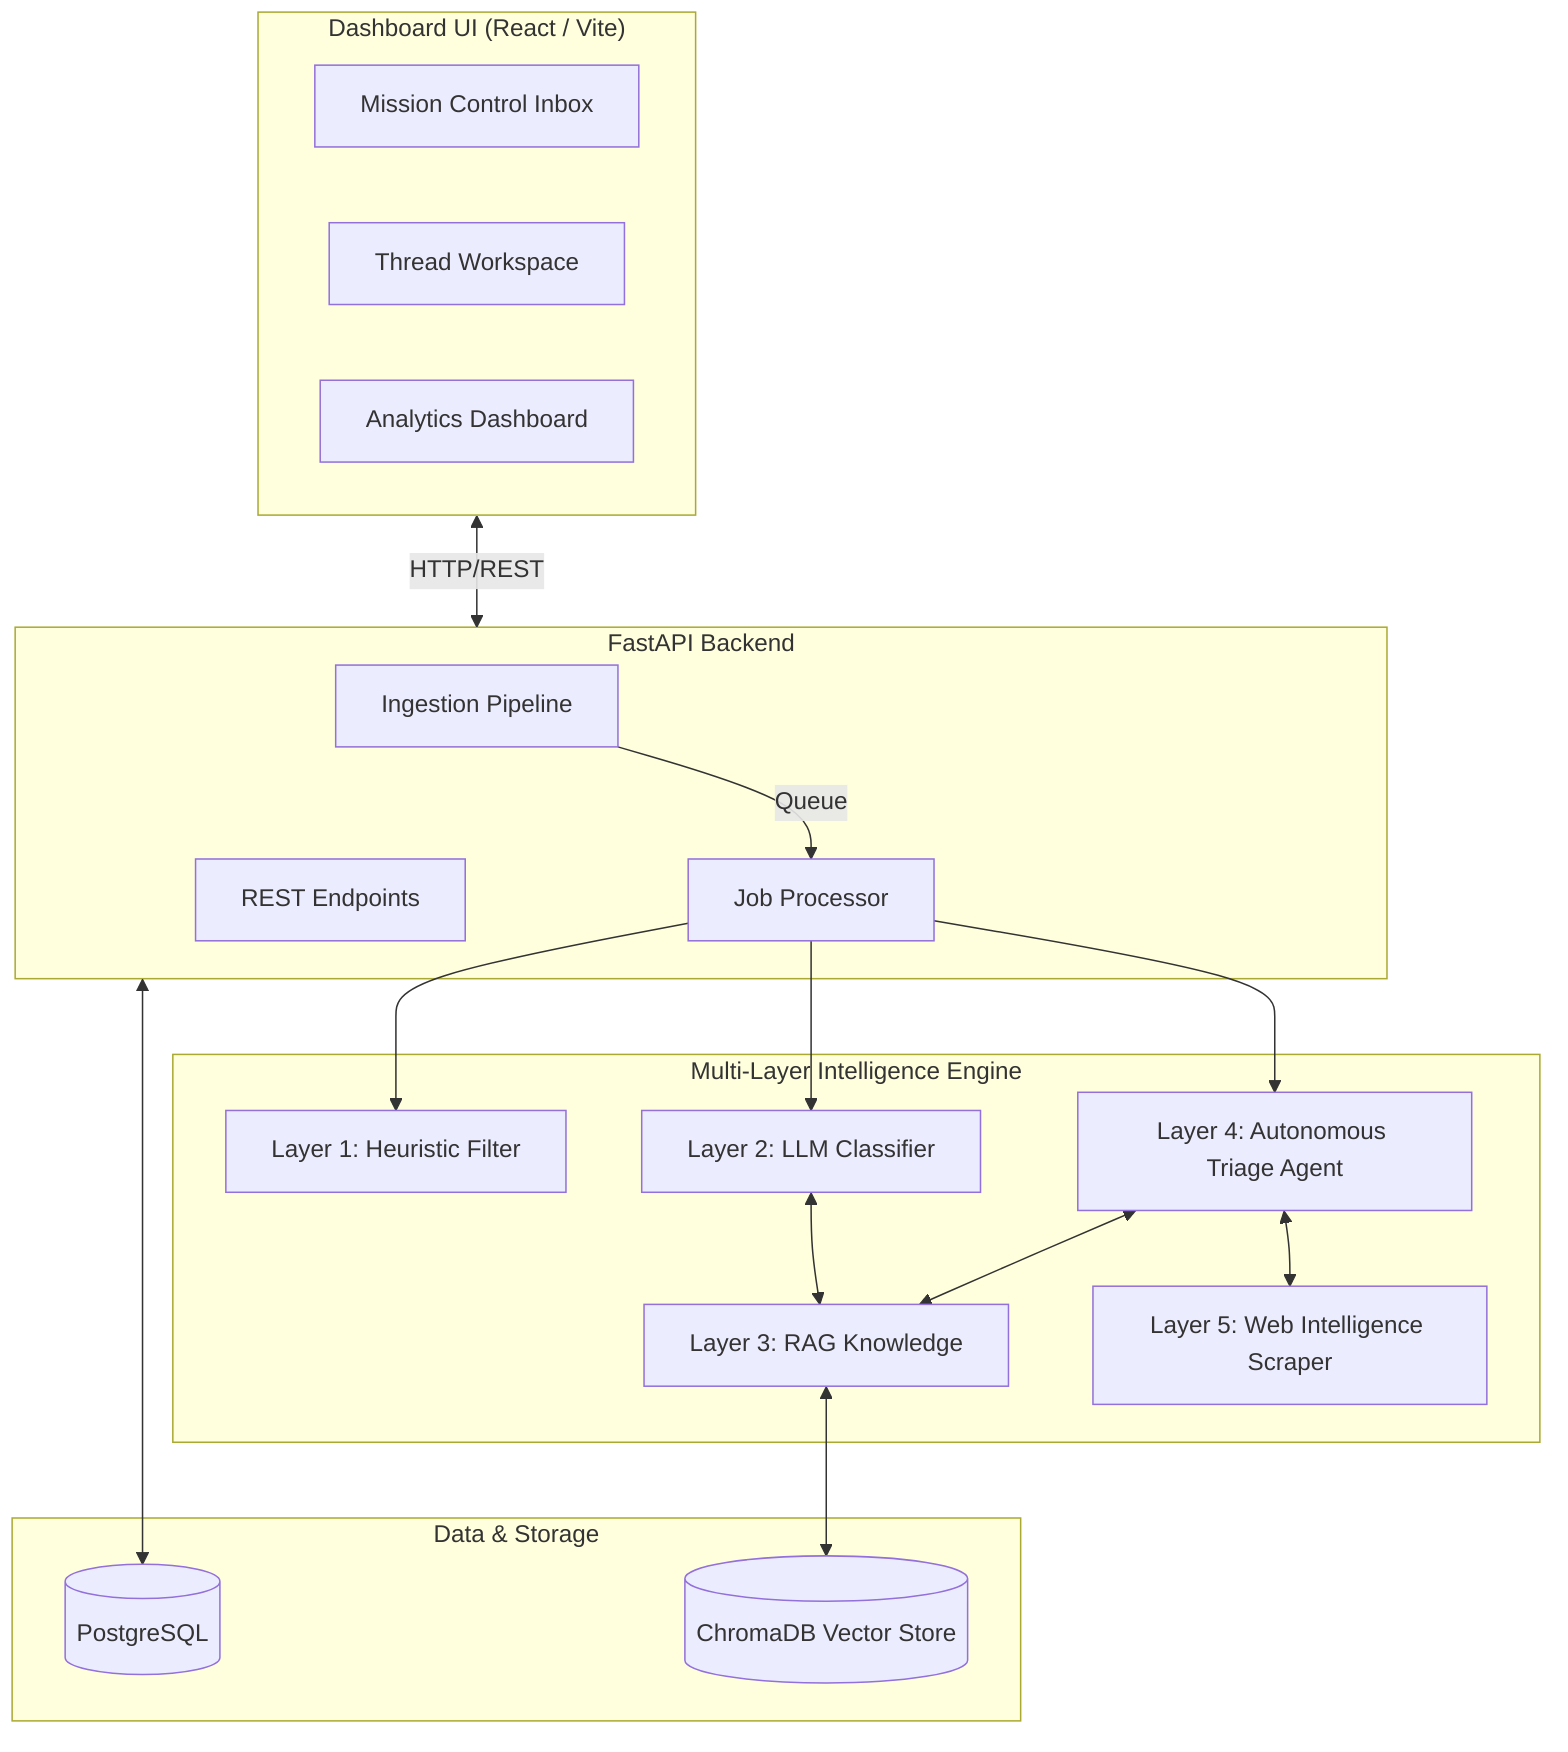
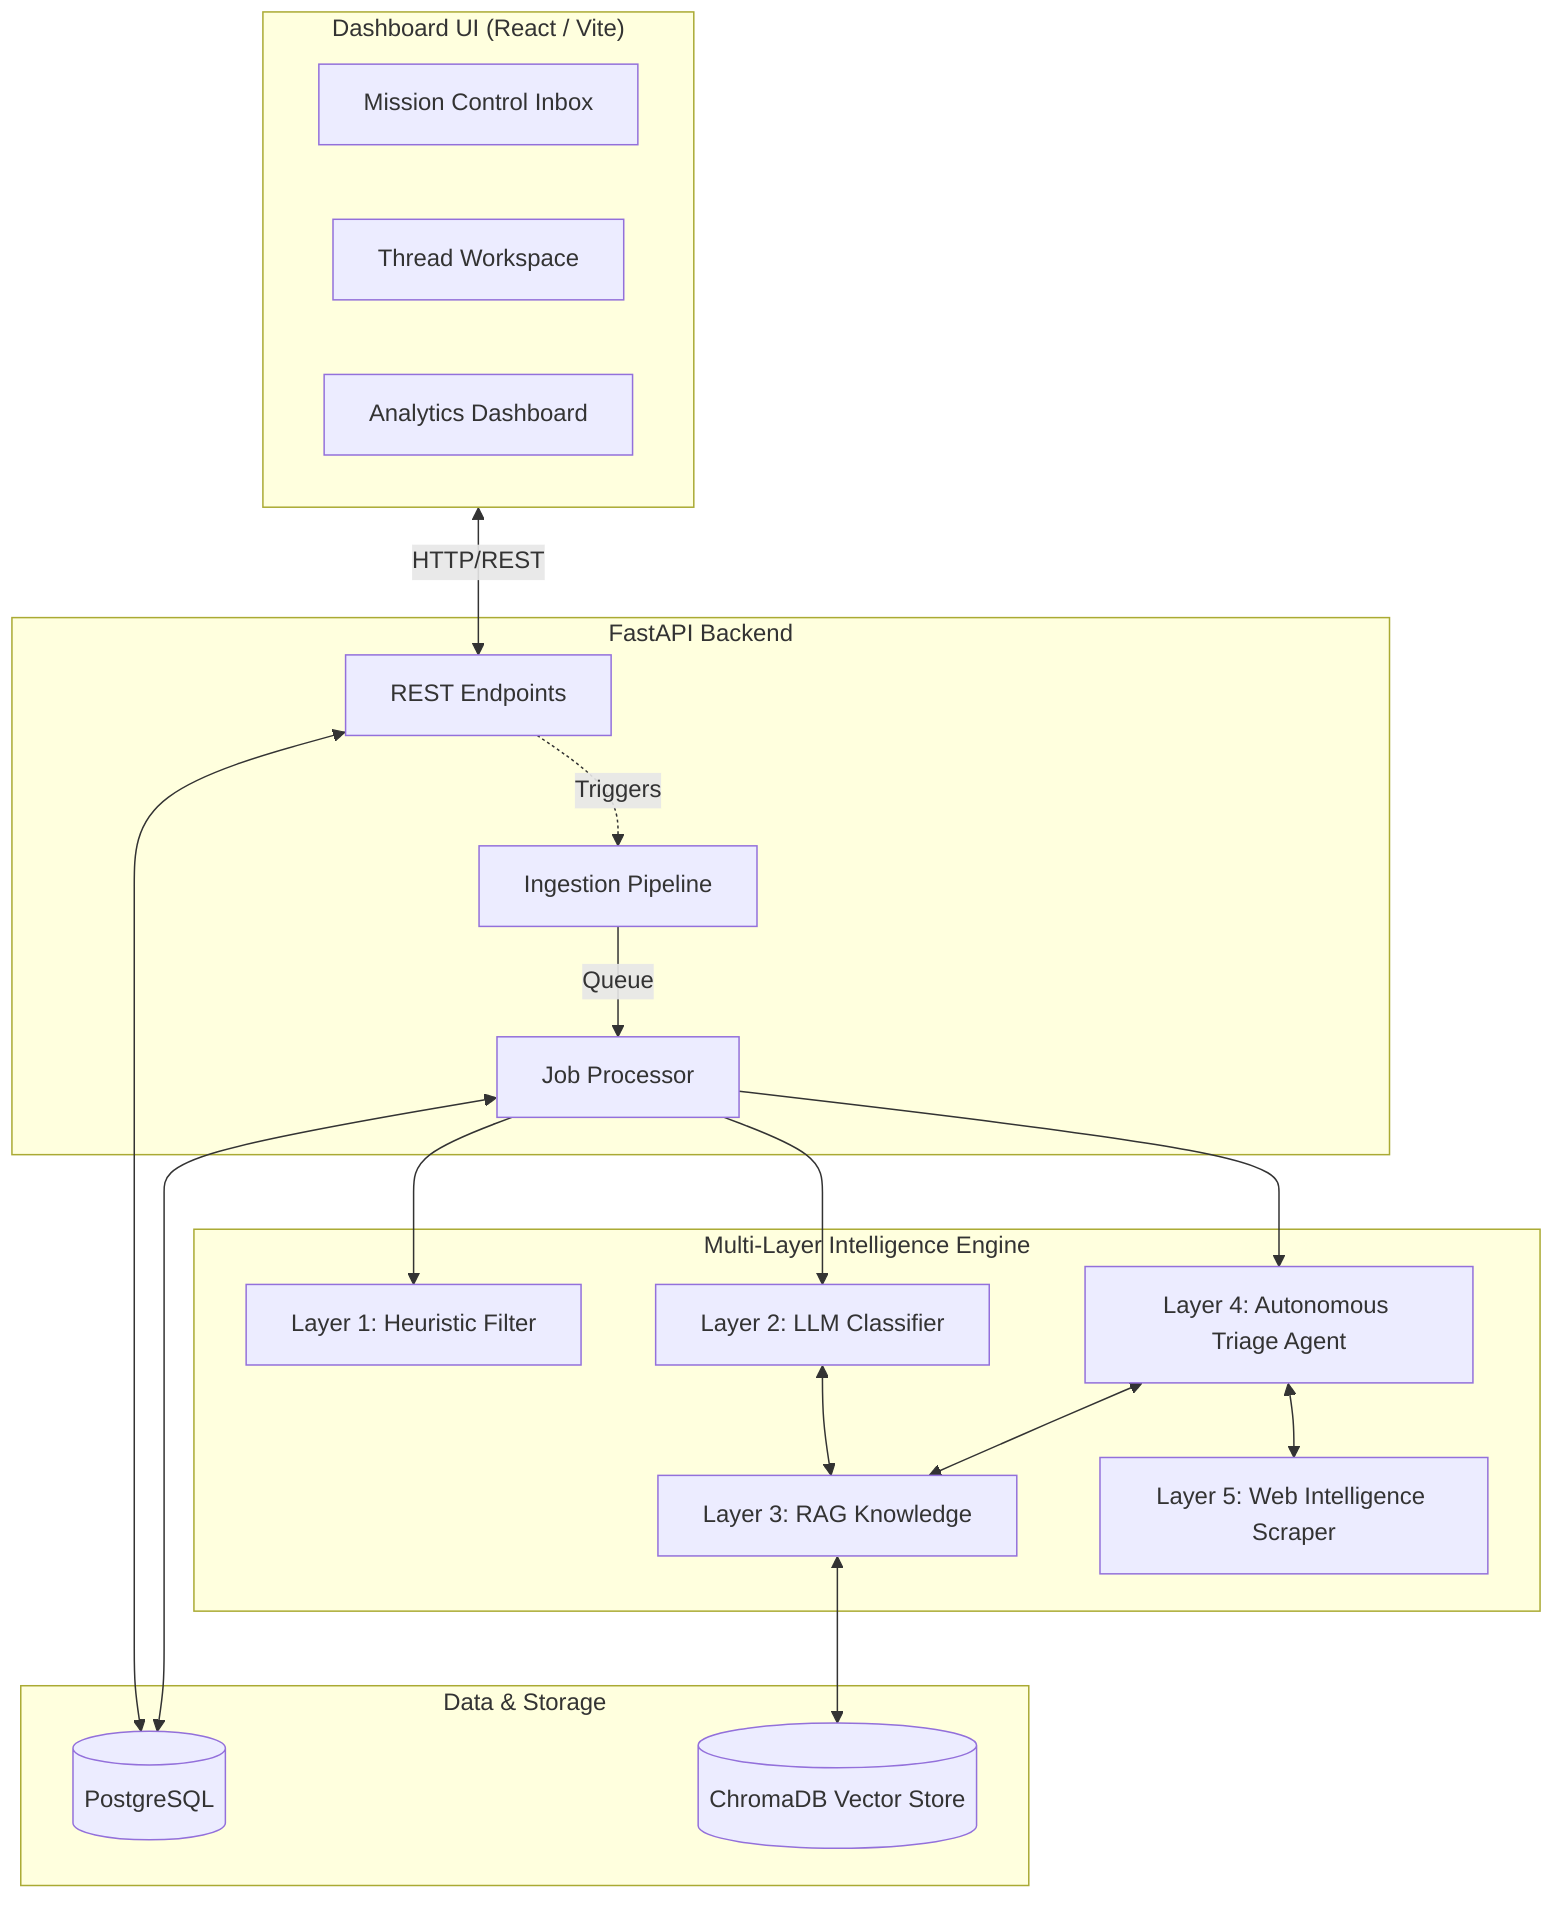
flowchart TD
    subgraph Frontend["Dashboard UI (React / Vite)"]
        Inbox[Mission Control Inbox]
        Thread[Thread Workspace]
        Analytics[Analytics Dashboard]
    end

    subgraph API["FastAPI Backend"]
        Ingest[Ingestion Pipeline]
        JobProc[Job Processor]
        Endpoints[REST Endpoints]
    end

    subgraph Intelligence["Multi-Layer Intelligence Engine"]
        Heuristics[Layer 1: Heuristic Filter]
        LLMClass[Layer 2: LLM Classifier]
        RAG[Layer 3: RAG Knowledge]
        Agent[Layer 4: Autonomous Triage Agent]
        WebIntel[Layer 5: Web Intelligence Scraper]
    end

    subgraph Data["Data & Storage"]
        Postgres[(PostgreSQL)]
        ChromaDB[(ChromaDB Vector Store)]
    end

    %% Flow
-     Frontend <--> |HTTP/REST| API
+     Frontend <--> |HTTP/REST| Endpoints
+     Endpoints <--> Postgres
+     Endpoints -.-> |Triggers| Ingest
    Ingest --> |Queue| JobProc
    JobProc --> Heuristics
    JobProc --> LLMClass
    LLMClass <--> RAG
    JobProc --> Agent
    Agent <--> RAG
    Agent <--> WebIntel
- 
-     API <--> Postgres
+     JobProc <--> Postgres
    RAG <--> ChromaDB
